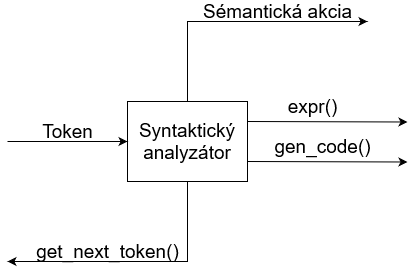
Earlier version of the draw.io export documentation/src/syntaktická analýza.drawio.png (AndreiShchepa/BUT_COMPILER_2021). Source tidied: cells renumbered, new cells last; positions are measured from the earlier drawing's top-left corner, leaving out a move shared by most shapes. Source of this version:
```xml
<mxGraphModel>
  <root>
    <mxCell id="0" />
    <mxCell id="1" parent="0" />
    <mxCell id="2" value="&lt;font style=&quot;font-size: 19px&quot;&gt;Syntaktický analyzátor&lt;/font&gt;" style="rounded=0;whiteSpace=wrap;html=1;" parent="1" vertex="1">
      <mxGeometry x="120" y="100" width="120" height="80" as="geometry" />
    </mxCell>
    <mxCell id="3" value="&lt;font style=&quot;font-size: 19px&quot;&gt;Sémantická akcia&lt;/font&gt;" style="text;html=1;align=center;verticalAlign=middle;strokeColor=none;fillColor=none;strokeWidth=1;rotation=0;" parent="1" vertex="1">
      <mxGeometry x="190" width="160" height="20" as="geometry" />
    </mxCell>
    <mxCell id="4" style="endArrow=classic;html=1;rounded=0;exitX=0.5;exitY=1;exitDx=0;exitDy=0;" parent="1" edge="1" source="2">
      <mxGeometry relative="1" as="geometry">
        <mxPoint y="260" as="targetPoint" />
        <Array as="points">
          <mxPoint x="180" y="220" />
          <mxPoint x="180" y="260" />
        </Array>
      </mxGeometry>
    </mxCell>
    <mxCell id="5" value="&lt;font style=&quot;font-size: 19px&quot;&gt;get_next_token()&lt;/font&gt;" style="text;html=1;align=center;verticalAlign=middle;strokeColor=none;fillColor=none;" parent="1" vertex="1">
      <mxGeometry x="20" y="240" width="160" height="20" as="geometry" />
    </mxCell>
    <mxCell id="6" style="endArrow=classic;html=1;rounded=0;fontSize=19;entryX=0;entryY=0.5;entryDx=0;entryDy=0;" parent="1" edge="1" target="2">
      <mxGeometry relative="1" as="geometry">
        <mxPoint y="140" as="sourcePoint" />
      </mxGeometry>
    </mxCell>
    <mxCell id="7" value="Token" style="text;html=1;align=center;verticalAlign=middle;strokeColor=none;fillColor=none;fontSize=19;" parent="1" vertex="1">
      <mxGeometry x="25" y="115" width="70" height="30" as="geometry" />
    </mxCell>
    <mxCell id="8" style="endArrow=classic;html=1;rounded=0;fontSize=19;exitX=0.5;exitY=0;exitDx=0;exitDy=0;" parent="1" edge="1" source="2">
      <mxGeometry relative="1" as="geometry">
        <mxPoint x="360" y="20" as="targetPoint" />
        <Array as="points">
          <mxPoint x="180" y="20" />
          <mxPoint x="260" y="20" />
        </Array>
      </mxGeometry>
    </mxCell>
    <mxCell id="9" style="endArrow=classic;html=1;rounded=0;fontSize=19;exitX=1;exitY=0.25;exitDx=0;exitDy=0;" parent="1" edge="1">
      <mxGeometry relative="1" as="geometry">
        <mxPoint x="240" y="160" as="sourcePoint" />
        <mxPoint x="400" y="160.5" as="targetPoint" />
      </mxGeometry>
    </mxCell>
    <mxCell id="10" style="endArrow=classic;html=1;rounded=0;fontSize=19;exitX=1;exitY=0.25;exitDx=0;exitDy=0;" parent="1" edge="1">
      <mxGeometry relative="1" as="geometry">
        <mxPoint x="240" y="120" as="sourcePoint" />
        <mxPoint x="400" y="120.5" as="targetPoint" />
      </mxGeometry>
    </mxCell>
    <mxCell id="11" value="expr()" style="text;html=1;align=center;verticalAlign=middle;strokeColor=none;fillColor=none;fontSize=19;" parent="1" vertex="1">
      <mxGeometry x="270" y="90" width="70" height="30" as="geometry" />
    </mxCell>
    <mxCell id="12" value="gen_code()" style="text;html=1;align=center;verticalAlign=middle;strokeColor=none;fillColor=none;fontSize=19;" parent="1" vertex="1">
      <mxGeometry x="260" y="130" width="110" height="30" as="geometry" />
    </mxCell>
  </root>
</mxGraphModel>
```
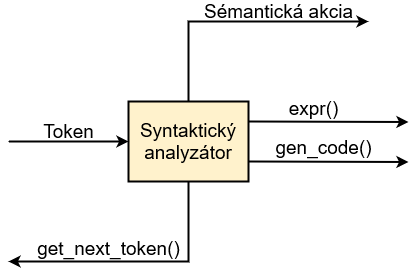
The same diagram one commit later.

What changed in the source:
```diff
@@ -2,13 +2,13 @@
   <root>
     <mxCell id="0" />
     <mxCell id="1" parent="0" />
-    <mxCell id="2" value="&lt;font style=&quot;font-size: 19px&quot;&gt;Syntaktický analyzátor&lt;/font&gt;" style="rounded=0;whiteSpace=wrap;html=1;" parent="1" vertex="1">
+    <mxCell id="2" value="&lt;font style=&quot;font-size: 19px&quot;&gt;Syntaktický analyzátor&lt;/font&gt;" style="rounded=0;whiteSpace=wrap;html=1;strokeWidth=2;fillColor=#fff2cc;strokeColor=#000000;" parent="1" vertex="1">
       <mxGeometry x="120" y="100" width="120" height="80" as="geometry" />
     </mxCell>
     <mxCell id="3" value="&lt;font style=&quot;font-size: 19px&quot;&gt;Sémantická akcia&lt;/font&gt;" style="text;html=1;align=center;verticalAlign=middle;strokeColor=none;fillColor=none;strokeWidth=1;rotation=0;" parent="1" vertex="1">
       <mxGeometry x="190" width="160" height="20" as="geometry" />
     </mxCell>
-    <mxCell id="4" style="endArrow=classic;html=1;rounded=0;exitX=0.5;exitY=1;exitDx=0;exitDy=0;" parent="1" edge="1" source="2">
+    <mxCell id="4" style="endArrow=classic;html=1;rounded=0;exitX=0.5;exitY=1;exitDx=0;exitDy=0;strokeWidth=2;" parent="1" edge="1" source="2">
       <mxGeometry relative="1" as="geometry">
         <mxPoint y="260" as="targetPoint" />
         <Array as="points">
@@ -18,9 +18,9 @@
       </mxGeometry>
     </mxCell>
     <mxCell id="5" value="&lt;font style=&quot;font-size: 19px&quot;&gt;get_next_token()&lt;/font&gt;" style="text;html=1;align=center;verticalAlign=middle;strokeColor=none;fillColor=none;" parent="1" vertex="1">
-      <mxGeometry x="20" y="240" width="160" height="20" as="geometry" />
+      <mxGeometry x="20" y="237" width="160" height="20" as="geometry" />
     </mxCell>
-    <mxCell id="6" style="endArrow=classic;html=1;rounded=0;fontSize=19;entryX=0;entryY=0.5;entryDx=0;entryDy=0;" parent="1" edge="1" target="2">
+    <mxCell id="6" style="endArrow=classic;html=1;rounded=0;fontSize=19;entryX=0;entryY=0.5;entryDx=0;entryDy=0;strokeWidth=2;" parent="1" edge="1" target="2">
       <mxGeometry relative="1" as="geometry">
         <mxPoint y="140" as="sourcePoint" />
       </mxGeometry>
@@ -28,7 +28,7 @@
     <mxCell id="7" value="Token" style="text;html=1;align=center;verticalAlign=middle;strokeColor=none;fillColor=none;fontSize=19;" parent="1" vertex="1">
       <mxGeometry x="25" y="115" width="70" height="30" as="geometry" />
     </mxCell>
-    <mxCell id="8" style="endArrow=classic;html=1;rounded=0;fontSize=19;exitX=0.5;exitY=0;exitDx=0;exitDy=0;" parent="1" edge="1" source="2">
+    <mxCell id="8" style="endArrow=classic;html=1;rounded=0;fontSize=19;exitX=0.5;exitY=0;exitDx=0;exitDy=0;strokeWidth=2;" parent="1" edge="1" source="2">
       <mxGeometry relative="1" as="geometry">
         <mxPoint x="360" y="20" as="targetPoint" />
         <Array as="points">
@@ -37,23 +37,23 @@
         </Array>
       </mxGeometry>
     </mxCell>
-    <mxCell id="9" style="endArrow=classic;html=1;rounded=0;fontSize=19;exitX=1;exitY=0.25;exitDx=0;exitDy=0;" parent="1" edge="1">
+    <mxCell id="9" style="endArrow=classic;html=1;rounded=0;fontSize=19;exitX=1;exitY=0.25;exitDx=0;exitDy=0;strokeWidth=2;" parent="1" edge="1">
       <mxGeometry relative="1" as="geometry">
         <mxPoint x="240" y="160" as="sourcePoint" />
         <mxPoint x="400" y="160.5" as="targetPoint" />
       </mxGeometry>
     </mxCell>
-    <mxCell id="10" style="endArrow=classic;html=1;rounded=0;fontSize=19;exitX=1;exitY=0.25;exitDx=0;exitDy=0;" parent="1" edge="1">
+    <mxCell id="10" style="endArrow=classic;html=1;rounded=0;fontSize=19;exitX=1;exitY=0.25;exitDx=0;exitDy=0;strokeWidth=2;" parent="1" edge="1">
       <mxGeometry relative="1" as="geometry">
         <mxPoint x="240" y="120" as="sourcePoint" />
         <mxPoint x="400" y="120.5" as="targetPoint" />
       </mxGeometry>
     </mxCell>
     <mxCell id="11" value="expr()" style="text;html=1;align=center;verticalAlign=middle;strokeColor=none;fillColor=none;fontSize=19;" parent="1" vertex="1">
-      <mxGeometry x="270" y="90" width="70" height="30" as="geometry" />
+      <mxGeometry x="270" y="92" width="70" height="30" as="geometry" />
     </mxCell>
     <mxCell id="12" value="gen_code()" style="text;html=1;align=center;verticalAlign=middle;strokeColor=none;fillColor=none;fontSize=19;" parent="1" vertex="1">
-      <mxGeometry x="260" y="130" width="110" height="30" as="geometry" />
+      <mxGeometry x="260" y="131" width="110" height="30" as="geometry" />
     </mxCell>
   </root>
 </mxGraphModel>
```
